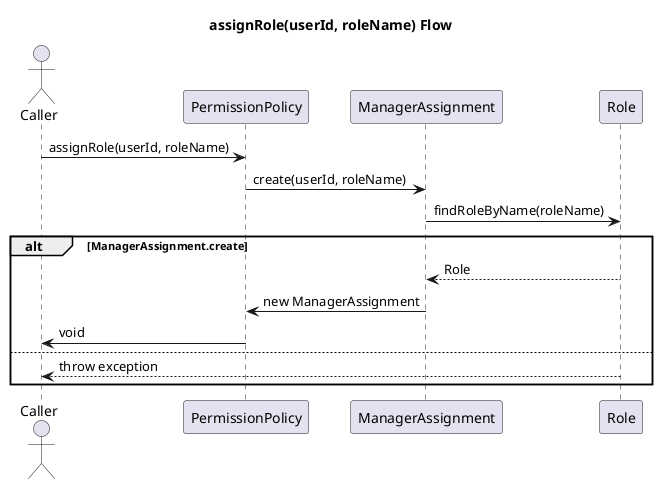
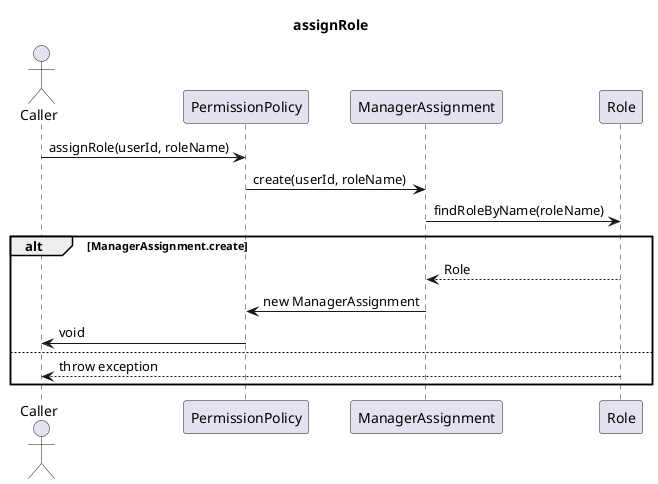
- @startuml
- title assignRole(userId, roleName) Flow
+ @startuml PermissionPolicy_assignRole
+ title assignRole

actor Caller
participant PermissionPolicy
participant ManagerAssignment
participant Role

Caller -> PermissionPolicy : assignRole(userId, roleName)

PermissionPolicy -> ManagerAssignment : create(userId, roleName)
ManagerAssignment -> Role : findRoleByName(roleName)
alt ManagerAssignment.create
  Role --> ManagerAssignment: Role
  ManagerAssignment -> PermissionPolicy : new ManagerAssignment
  PermissionPolicy -> Caller : void
else
  Role --> Caller: throw exception
end
@enduml